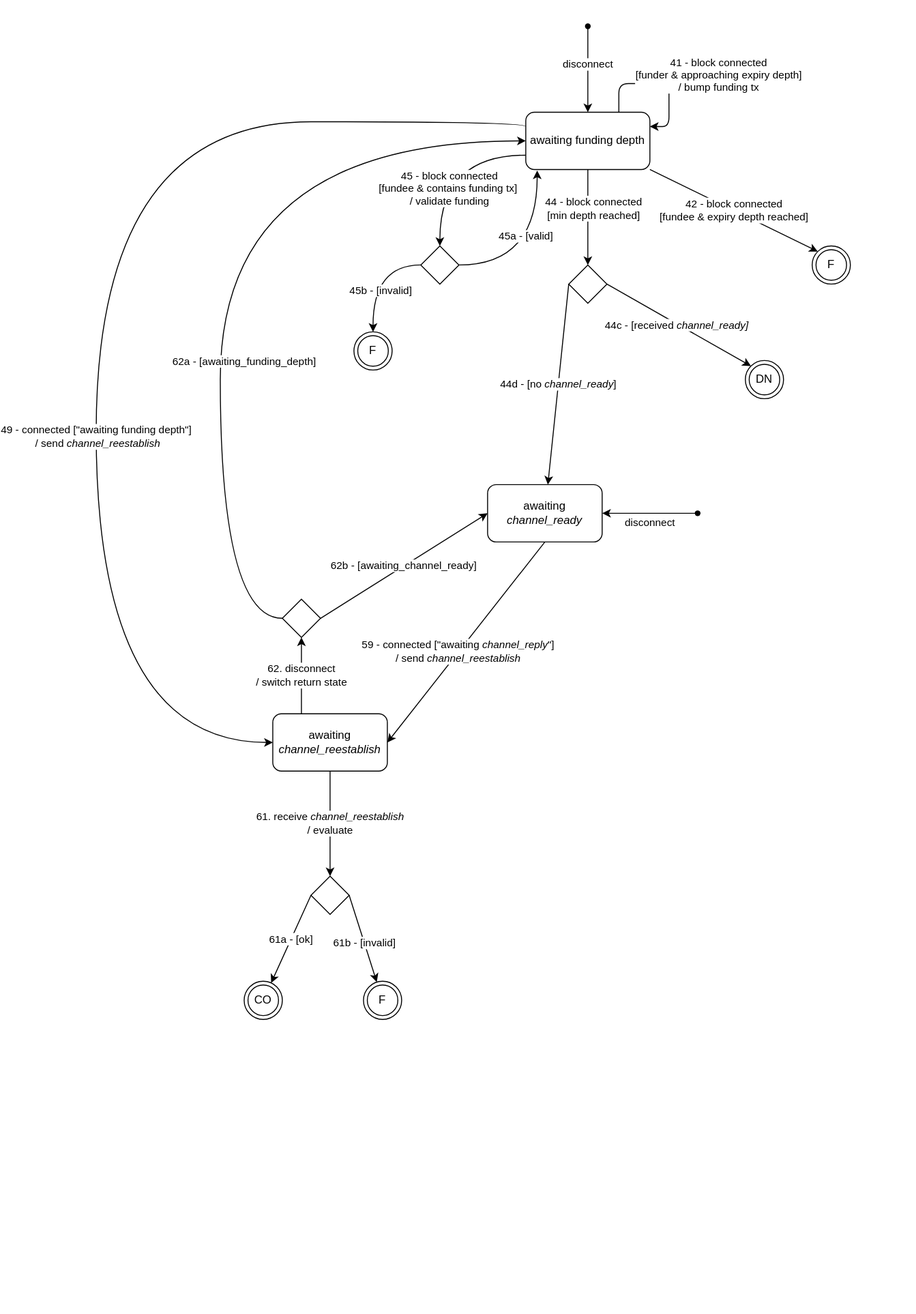
Earlier version of the draw.io export docs/DisconnectedOpenChannel.svg (node-lightning/node-lightning). Source tidied: cells renumbered, new cells last; positions are measured from the earlier drawing's top-left corner, leaving out a move shared by most shapes. The source it was exported from:
```xml
<mxGraphModel>
  <root>
    <mxCell id="0" />
    <mxCell id="1" parent="0" />
    <mxCell id="2" style="edgeStyle=none;jettySize=auto;html=1;elbow=vertical;startArrow=none;" parent="1" edge="1" source="26">
      <mxGeometry relative="1" as="geometry">
        <mxPoint x="470" y="550" as="targetPoint" />
      </mxGeometry>
    </mxCell>
    <mxCell id="3" value="49 - connected [&quot;awaiting funding depth&quot;]&lt;br&gt;&amp;nbsp;/ send&lt;i&gt; channel_reestablish&lt;/i&gt;" style="edgeStyle=orthogonalEdgeStyle;jettySize=auto;html=1;exitX=0;exitY=0.25;exitDx=0;exitDy=0;elbow=vertical;entryX=0;entryY=0.5;entryDx=0;entryDy=0;curved=1;" parent="1" edge="1" source="8" target="19">
      <mxGeometry x="0.22" relative="1" as="geometry">
        <Array as="points">
          <mxPoint x="450" y="120" />
          <mxPoint y="120" />
          <mxPoint y="770" />
        </Array>
      </mxGeometry>
    </mxCell>
    <mxCell id="4" style="edgeStyle=none;rounded=0;jettySize=auto;html=1;" parent="1" edge="1" source="8" target="34">
      <mxGeometry relative="1" as="geometry" />
    </mxCell>
    <mxCell id="5" value="44 - block connected&lt;br&gt;[min depth reached]" style="edgeLabel;html=1;align=center;verticalAlign=middle;" parent="4" vertex="1">
      <mxGeometry x="-0.01" y="1" relative="1" as="geometry">
        <mxPoint x="4" y="-10" as="offset" />
      </mxGeometry>
    </mxCell>
    <mxCell id="6" value="42 - block connected&lt;br&gt;[fundee &amp;amp; expiry depth reached]" style="edgeStyle=none;rounded=0;jettySize=auto;html=1;exitX=1;exitY=1;exitDx=0;exitDy=0;entryX=0;entryY=0;entryDx=0;entryDy=0;" parent="1" edge="1" source="8" target="38">
      <mxGeometry relative="1" as="geometry" />
    </mxCell>
    <mxCell id="7" value="45 - block connected&lt;br&gt;[fundee &amp;amp; contains funding tx]&amp;nbsp;&lt;br&gt;/ validate funding" style="edgeStyle=orthogonalEdgeStyle;curved=1;rounded=0;jettySize=auto;html=1;exitX=0;exitY=0.75;exitDx=0;exitDy=0;entryX=0.5;entryY=0;entryDx=0;entryDy=0;" parent="1" edge="1" source="8" target="42">
      <mxGeometry x="0.35" y="10" relative="1" as="geometry" />
    </mxCell>
    <mxCell id="8" value="awaiting funding depth" style="whiteSpace=wrap;html=1;rounded=1;" parent="1" vertex="1">
      <mxGeometry x="450" y="110" width="130" height="60" as="geometry" />
    </mxCell>
    <mxCell id="9" style="edgeStyle=none;orthogonalLoop=1;jettySize=auto;html=1;exitX=0.5;exitY=0;exitDx=0;exitDy=0;" parent="1" edge="1">
      <mxGeometry relative="1" as="geometry">
        <mxPoint x="850" as="sourcePoint" />
        <mxPoint x="850" as="targetPoint" />
      </mxGeometry>
    </mxCell>
    <mxCell id="10" style="edgeStyle=none;jettySize=auto;html=1;exitX=0.5;exitY=1;exitDx=0;exitDy=0;elbow=vertical;entryX=1;entryY=0.5;entryDx=0;entryDy=0;" parent="1" edge="1" source="26" target="19">
      <mxGeometry relative="1" as="geometry" />
    </mxCell>
    <mxCell id="11" value="59 - connected [&quot;awaiting &lt;i&gt;channel_reply&lt;/i&gt;&quot;]&lt;br&gt;/ send&amp;nbsp;&lt;i&gt;channel_reestablish&lt;/i&gt;" style="edgeLabel;html=1;align=center;verticalAlign=middle;" parent="10" vertex="1">
      <mxGeometry x="0.1" y="-1" relative="1" as="geometry" />
    </mxCell>
    <mxCell id="12" style="orthogonalLoop=1;jettySize=auto;html=1;entryX=1;entryY=0.25;entryDx=0;entryDy=0;elbow=vertical;exitX=0.75;exitY=0;exitDx=0;exitDy=0;edgeStyle=orthogonalEdgeStyle;" parent="1" edge="1" source="8" target="8">
      <mxGeometry relative="1" as="geometry">
        <Array as="points">
          <mxPoint x="548" y="80" />
          <mxPoint x="600" y="80" />
          <mxPoint x="600" y="125" />
        </Array>
      </mxGeometry>
    </mxCell>
    <mxCell id="13" value="41 - block connected &lt;br&gt;[funder &amp;amp; approaching expiry depth]&lt;br&gt;/ bump funding tx" style="edgeLabel;html=1;align=center;verticalAlign=middle;" parent="12" vertex="1">
      <mxGeometry x="-0.01" y="-4" relative="1" as="geometry">
        <mxPoint x="61" y="-14" as="offset" />
      </mxGeometry>
    </mxCell>
    <mxCell id="14" style="edgeStyle=none;rounded=0;orthogonalLoop=1;jettySize=auto;html=1;exitX=0.5;exitY=1;exitDx=0;exitDy=0;" parent="1" edge="1">
      <mxGeometry relative="1" as="geometry">
        <mxPoint x="420" y="1360" as="sourcePoint" />
        <mxPoint x="420" y="1360" as="targetPoint" />
      </mxGeometry>
    </mxCell>
    <mxCell id="15" value="disconnect" style="edgeStyle=orthogonalEdgeStyle;rounded=0;jettySize=auto;html=1;" parent="1" edge="1" source="16" target="8">
      <mxGeometry x="-0.11" relative="1" as="geometry" />
    </mxCell>
    <mxCell id="16" style="shape=waypoint;sketch=0;fillStyle=solid;size=6;points=[];fillColor=none;perimeter=centerPerimeter;snapToPoint=1;" parent="1" vertex="1">
      <mxGeometry x="495" width="40" height="40" as="geometry" />
    </mxCell>
    <mxCell id="17" value="61. receive &lt;i&gt;channel_reestablish&lt;/i&gt;&lt;br&gt;/ evaluate" style="edgeStyle=none;rounded=0;jettySize=auto;html=1;endArrow=classic;endFill=1;entryX=0.5;entryY=0;entryDx=0;entryDy=0;" parent="1" edge="1" source="19" target="24">
      <mxGeometry relative="1" as="geometry" />
    </mxCell>
    <mxCell id="18" value="62. disconnect&lt;br&gt;/ switch return state" style="rounded=0;jettySize=auto;html=1;exitX=0.25;exitY=0;exitDx=0;exitDy=0;entryX=0.5;entryY=1;entryDx=0;entryDy=0;" parent="1" edge="1" source="19" target="29">
      <mxGeometry relative="1" as="geometry" />
    </mxCell>
    <mxCell id="19" value="awaiting &lt;i&gt;channel_reestablish&lt;/i&gt;" style="whiteSpace=wrap;html=1;rounded=1;" parent="1" vertex="1">
      <mxGeometry x="185" y="740" width="120" height="60" as="geometry" />
    </mxCell>
    <mxCell id="20" value="CO" style="ellipse;shape=doubleEllipse;whiteSpace=wrap;html=1;" parent="1" vertex="1">
      <mxGeometry x="155" y="1020" width="40" height="40" as="geometry" />
    </mxCell>
    <mxCell id="21" value="61a - [ok]" style="edgeStyle=none;rounded=0;jettySize=auto;html=1;endArrow=classic;endFill=1;exitX=0;exitY=0.5;exitDx=0;exitDy=0;" parent="1" edge="1" source="24" target="20">
      <mxGeometry relative="1" as="geometry" />
    </mxCell>
    <mxCell id="22" style="edgeStyle=none;rounded=0;jettySize=auto;html=1;endArrow=classic;endFill=1;exitX=1;exitY=0.5;exitDx=0;exitDy=0;" parent="1" edge="1" source="24" target="25">
      <mxGeometry relative="1" as="geometry" />
    </mxCell>
    <mxCell id="23" value="61b - [invalid]" style="edgeLabel;html=1;align=center;verticalAlign=middle;" parent="22" vertex="1">
      <mxGeometry x="-0.09" relative="1" as="geometry">
        <mxPoint x="2" y="9" as="offset" />
      </mxGeometry>
    </mxCell>
    <mxCell id="24" style="rhombus;whiteSpace=wrap;html=1;" parent="1" vertex="1">
      <mxGeometry x="225" y="910" width="40" height="40" as="geometry" />
    </mxCell>
    <mxCell id="25" value="F" style="ellipse;shape=doubleEllipse;whiteSpace=wrap;html=1;" parent="1" vertex="1">
      <mxGeometry x="280" y="1020" width="40" height="40" as="geometry" />
    </mxCell>
    <mxCell id="26" value="awaiting &lt;i&gt;channel_ready&lt;/i&gt;" style="rounded=1;whiteSpace=wrap;html=1;" parent="1" vertex="1">
      <mxGeometry x="410" y="500" width="120" height="60" as="geometry" />
    </mxCell>
    <mxCell id="27" value="62b - [awaiting_channel_ready]" style="edgeStyle=none;rounded=0;jettySize=auto;html=1;entryX=0;entryY=0.5;entryDx=0;entryDy=0;exitX=1;exitY=0.5;exitDx=0;exitDy=0;" parent="1" edge="1" source="29" target="26">
      <mxGeometry relative="1" as="geometry" />
    </mxCell>
    <mxCell id="28" value="62a - [awaiting_funding_depth]" style="edgeStyle=orthogonalEdgeStyle;rounded=0;jettySize=auto;html=1;exitX=0;exitY=0.5;exitDx=0;exitDy=0;entryX=0;entryY=0.5;entryDx=0;entryDy=0;curved=1;" parent="1" edge="1" source="29" target="8">
      <mxGeometry x="-0.24" y="-25" relative="1" as="geometry">
        <Array as="points">
          <mxPoint x="130" y="640" />
          <mxPoint x="130" y="140" />
        </Array>
      </mxGeometry>
    </mxCell>
    <mxCell id="29" style="rhombus;whiteSpace=wrap;html=1;" parent="1" vertex="1">
      <mxGeometry x="195" y="620" width="40" height="40" as="geometry" />
    </mxCell>
    <mxCell id="30" value="disconnect" style="edgeStyle=none;rounded=0;jettySize=auto;html=1;entryX=1;entryY=0.5;entryDx=0;entryDy=0;startArrow=none;" parent="1" edge="1" source="36" target="26">
      <mxGeometry y="10" relative="1" as="geometry" />
    </mxCell>
    <mxCell id="31" style="edgeStyle=none;rounded=0;jettySize=auto;html=1;exitX=1;exitY=0.5;exitDx=0;exitDy=0;entryX=0;entryY=0;entryDx=0;entryDy=0;" parent="1" edge="1" source="34" target="35">
      <mxGeometry relative="1" as="geometry" />
    </mxCell>
    <mxCell id="32" value="44c - [received&amp;nbsp;&lt;i&gt;channel_ready]&lt;/i&gt;" style="edgeLabel;html=1;align=center;verticalAlign=middle;" parent="31" vertex="1">
      <mxGeometry x="-0.03" y="-1" relative="1" as="geometry" />
    </mxCell>
    <mxCell id="33" value="44d - [no&amp;nbsp;&lt;i&gt;channel_ready&lt;/i&gt;]" style="edgeStyle=none;rounded=0;jettySize=auto;html=1;exitX=0;exitY=0.5;exitDx=0;exitDy=0;" parent="1" edge="1" source="34" target="26">
      <mxGeometry relative="1" as="geometry" />
    </mxCell>
    <mxCell id="34" style="rhombus;whiteSpace=wrap;html=1;" parent="1" vertex="1">
      <mxGeometry x="495" y="270" width="40" height="40" as="geometry" />
    </mxCell>
    <mxCell id="35" value="DN" style="ellipse;shape=doubleEllipse;whiteSpace=wrap;html=1;" parent="1" vertex="1">
      <mxGeometry x="680" y="370" width="40" height="40" as="geometry" />
    </mxCell>
    <mxCell id="36" style="shape=waypoint;sketch=0;fillStyle=solid;size=6;points=[];fillColor=none;perimeter=centerPerimeter;snapToPoint=1;" parent="1" vertex="1">
      <mxGeometry x="610" y="510" width="40" height="40" as="geometry" />
    </mxCell>
    <mxCell id="37" style="edgeStyle=none;rounded=0;jettySize=auto;html=1;entryDx=0;entryDy=0;endArrow=none;" parent="1" edge="1" target="36">
      <mxGeometry relative="1" as="geometry">
        <mxPoint x="630" y="530" as="sourcePoint" />
      </mxGeometry>
    </mxCell>
    <mxCell id="38" value="F" style="ellipse;shape=doubleEllipse;whiteSpace=wrap;html=1;" parent="1" vertex="1">
      <mxGeometry x="750" y="250" width="40" height="40" as="geometry" />
    </mxCell>
    <mxCell id="39" style="edgeStyle=orthogonalEdgeStyle;curved=1;rounded=0;jettySize=auto;html=1;exitX=0;exitY=0.5;exitDx=0;exitDy=0;entryX=0.5;entryY=0;entryDx=0;entryDy=0;" parent="1" edge="1" source="42" target="43">
      <mxGeometry relative="1" as="geometry" />
    </mxCell>
    <mxCell id="40" value="45b - [invalid]" style="edgeLabel;html=1;align=center;verticalAlign=middle;" parent="39" vertex="1">
      <mxGeometry x="0.26" y="7" relative="1" as="geometry">
        <mxPoint y="1" as="offset" />
      </mxGeometry>
    </mxCell>
    <mxCell id="41" value="45a - [valid]" style="edgeStyle=orthogonalEdgeStyle;curved=1;rounded=0;jettySize=auto;html=1;exitX=1;exitY=0.5;exitDx=0;exitDy=0;entryX=0.092;entryY=1.017;entryDx=0;entryDy=0;entryPerimeter=0;" parent="1" edge="1" source="42" target="8">
      <mxGeometry x="0.24" y="12" relative="1" as="geometry" />
    </mxCell>
    <mxCell id="42" style="rhombus;whiteSpace=wrap;html=1;" parent="1" vertex="1">
      <mxGeometry x="340" y="250" width="40" height="40" as="geometry" />
    </mxCell>
    <mxCell id="43" value="F" style="ellipse;shape=doubleEllipse;whiteSpace=wrap;html=1;" parent="1" vertex="1">
      <mxGeometry x="270" y="340" width="40" height="40" as="geometry" />
    </mxCell>
  </root>
</mxGraphModel>
```
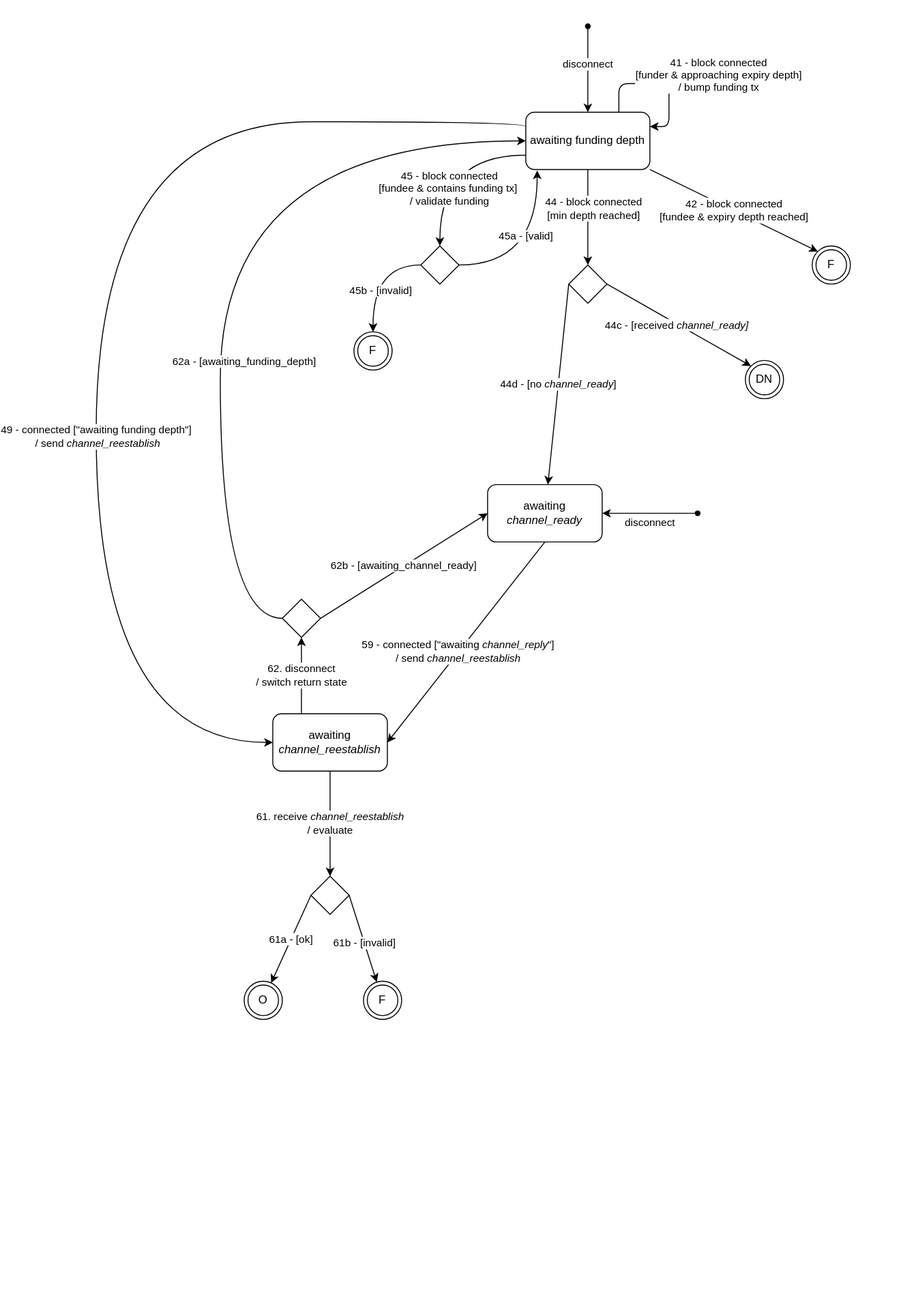
The same file after the commit.

Commit message:
docs: finalize open channel state machines

Diff of the diagram source:
```diff
@@ -80,7 +80,7 @@
     <mxCell id="19" value="awaiting &lt;i&gt;channel_reestablish&lt;/i&gt;" style="whiteSpace=wrap;html=1;rounded=1;" parent="1" vertex="1">
       <mxGeometry x="185" y="740" width="120" height="60" as="geometry" />
     </mxCell>
-    <mxCell id="20" value="CO" style="ellipse;shape=doubleEllipse;whiteSpace=wrap;html=1;" parent="1" vertex="1">
+    <mxCell id="20" value="O" style="ellipse;shape=doubleEllipse;whiteSpace=wrap;html=1;" parent="1" vertex="1">
       <mxGeometry x="155" y="1020" width="40" height="40" as="geometry" />
     </mxCell>
     <mxCell id="21" value="61a - [ok]" style="edgeStyle=none;rounded=0;jettySize=auto;html=1;endArrow=classic;endFill=1;exitX=0;exitY=0.5;exitDx=0;exitDy=0;" parent="1" edge="1" source="24" target="20">
```
